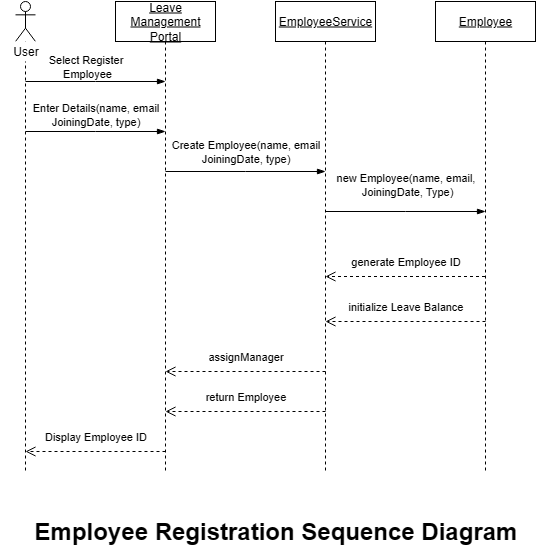
Before: UML Diagram/Employee Registration Sequence Diagram.drawio.png, a diagram exported from draw.io (neha01K/Leave_Management_System). Source tidied: cells renumbered, new cells last; positions are measured from the earlier drawing's top-left corner, leaving out a move shared by most shapes. Source of this version:
```xml
<mxGraphModel background="#FFFFFF">
  <root>
    <mxCell id="0" />
    <mxCell id="1" parent="0" />
    <mxCell id="2" value="&lt;u&gt;Leave Management Portal&lt;/u&gt;" style="shape=umlLifeline;perimeter=lifelinePerimeter;whiteSpace=wrap;html=1;newEdgeStyle={&quot;curved&quot;:0,&quot;rounded&quot;:0};" parent="1" vertex="1">
      <mxGeometry x="115" width="100" height="470" as="geometry" />
    </mxCell>
    <mxCell id="3" value="&lt;u&gt;EmployeeService&lt;/u&gt;" style="shape=umlLifeline;perimeter=lifelinePerimeter;whiteSpace=wrap;html=1;newEdgeStyle={&quot;curved&quot;:0,&quot;rounded&quot;:0};" parent="1" vertex="1">
      <mxGeometry x="275" width="100" height="470" as="geometry" />
    </mxCell>
    <mxCell id="4" value="&lt;u&gt;Employee&lt;/u&gt;" style="shape=umlLifeline;perimeter=lifelinePerimeter;whiteSpace=wrap;html=1;outlineConnect=0;portConstraint=eastwest;newEdgeStyle={&quot;curved&quot;:0,&quot;rounded&quot;:0};" parent="1" vertex="1">
      <mxGeometry x="435" width="100" height="470" as="geometry" />
    </mxCell>
    <mxCell id="5" style="shape=umlLifeline;perimeter=lifelinePerimeter;whiteSpace=wrap;html=1;newEdgeStyle={&quot;curved&quot;:0,&quot;rounded&quot;:0};participant=umlActor;size=40;" parent="1" vertex="1">
      <mxGeometry x="15" width="20" height="470" as="geometry" />
    </mxCell>
    <mxCell id="6" style="edgeStyle=elbowEdgeStyle;fontSize=12;html=1;endArrow=blockThin;endFill=1;rounded=0;" parent="1" edge="1">
      <mxGeometry relative="1" as="geometry">
        <mxPoint x="25" y="80" as="sourcePoint" />
        <mxPoint x="165" y="80" as="targetPoint" />
      </mxGeometry>
    </mxCell>
    <mxCell id="7" value="Select Register&lt;div&gt;&amp;nbsp;Employee&lt;/div&gt;" style="text;html=1;align=center;verticalAlign=middle;strokeColor=none;fillColor=none;fontSize=11;" parent="1" vertex="1">
      <mxGeometry x="35" y="45" width="100" height="40" as="geometry" />
    </mxCell>
    <mxCell id="8" style="edgeStyle=elbowEdgeStyle;fontSize=12;html=1;endArrow=blockThin;endFill=1;rounded=0;" parent="1" edge="1">
      <mxGeometry relative="1" as="geometry">
        <mxPoint x="25" y="130" as="sourcePoint" />
        <mxPoint x="165" y="130" as="targetPoint" />
      </mxGeometry>
    </mxCell>
    <mxCell id="9" value="Enter Details(name, email&lt;div&gt;JoiningDate, type)&lt;/div&gt;" style="text;html=1;align=center;verticalAlign=middle;strokeColor=none;fillColor=none;fontSize=11;" parent="1" vertex="1">
      <mxGeometry x="20" y="93" width="150" height="40" as="geometry" />
    </mxCell>
    <mxCell id="10" style="edgeStyle=elbowEdgeStyle;fontSize=12;html=1;endArrow=blockThin;endFill=1;rounded=0;" parent="1" edge="1">
      <mxGeometry relative="1" as="geometry">
        <mxPoint x="165" y="170" as="sourcePoint" />
        <mxPoint x="325" y="170" as="targetPoint" />
      </mxGeometry>
    </mxCell>
    <mxCell id="11" value="Create Employee(name, email&lt;div&gt;JoiningDate, type)&lt;/div&gt;" style="text;html=1;align=center;verticalAlign=middle;strokeColor=none;fillColor=none;fontSize=11;" parent="1" vertex="1">
      <mxGeometry x="160" y="130" width="170" height="40" as="geometry" />
    </mxCell>
    <mxCell id="12" style="edgeStyle=elbowEdgeStyle;fontSize=12;html=1;endArrow=blockThin;endFill=1;rounded=0;" parent="1" edge="1">
      <mxGeometry relative="1" as="geometry">
        <mxPoint x="325" y="210" as="sourcePoint" />
        <mxPoint x="485" y="210" as="targetPoint" />
      </mxGeometry>
    </mxCell>
    <mxCell id="13" value="new Employee(name, email,&lt;div&gt;&amp;nbsp;JoiningDate, Type)&lt;/div&gt;" style="text;html=1;align=center;verticalAlign=middle;strokeColor=none;fillColor=none;fontSize=11;" parent="1" vertex="1">
      <mxGeometry x="325" y="163" width="160" height="40" as="geometry" />
    </mxCell>
    <mxCell id="14" value="generate Employee ID" style="text;html=1;align=center;verticalAlign=middle;strokeColor=none;fillColor=none;fontSize=11;" parent="1" vertex="1">
      <mxGeometry x="340" y="245" width="130" height="30" as="geometry" />
    </mxCell>
    <mxCell id="15" style="html=1;verticalAlign=bottom;endArrow=open;dashed=1;endSize=8;curved=0;rounded=0;" parent="1" edge="1" source="4">
      <mxGeometry x="-1" y="99" relative="1" as="geometry">
        <mxPoint x="325" y="275" as="targetPoint" />
        <mxPoint x="70" y="-29" as="offset" />
      </mxGeometry>
    </mxCell>
    <mxCell id="16" style="html=1;verticalAlign=bottom;endArrow=open;dashed=1;endSize=8;curved=0;rounded=0;" parent="1" edge="1">
      <mxGeometry x="-1" y="99" relative="1" as="geometry">
        <mxPoint x="485" y="320" as="sourcePoint" />
        <mxPoint x="325" y="320" as="targetPoint" />
        <mxPoint x="70" y="-29" as="offset" />
      </mxGeometry>
    </mxCell>
    <mxCell id="17" value="initialize Leave Balance" style="text;html=1;align=center;verticalAlign=middle;strokeColor=none;fillColor=none;fontSize=11;" parent="1" vertex="1">
      <mxGeometry x="335" y="290" width="140" height="30" as="geometry" />
    </mxCell>
    <mxCell id="18" style="html=1;verticalAlign=bottom;endArrow=open;dashed=1;endSize=8;curved=0;rounded=0;" parent="1" edge="1">
      <mxGeometry x="-1" y="99" relative="1" as="geometry">
        <mxPoint x="325" y="370" as="sourcePoint" />
        <mxPoint x="165" y="370" as="targetPoint" />
        <mxPoint x="70" y="-29" as="offset" />
      </mxGeometry>
    </mxCell>
    <mxCell id="19" style="html=1;verticalAlign=bottom;endArrow=open;dashed=1;endSize=8;curved=0;rounded=0;" parent="1" edge="1">
      <mxGeometry x="-1" y="99" relative="1" as="geometry">
        <mxPoint x="325" y="410" as="sourcePoint" />
        <mxPoint x="165" y="410" as="targetPoint" />
        <mxPoint x="70" y="-29" as="offset" />
      </mxGeometry>
    </mxCell>
    <mxCell id="20" style="html=1;verticalAlign=bottom;endArrow=open;dashed=1;endSize=8;curved=0;rounded=0;" parent="1" edge="1">
      <mxGeometry x="-1" y="99" relative="1" as="geometry">
        <mxPoint x="165" y="450" as="sourcePoint" />
        <mxPoint x="25" y="450" as="targetPoint" />
        <mxPoint x="70" y="-29" as="offset" />
      </mxGeometry>
    </mxCell>
    <mxCell id="21" value="assignManager" style="text;html=1;align=center;verticalAlign=middle;strokeColor=none;fillColor=none;fontSize=11;" parent="1" vertex="1">
      <mxGeometry x="195" y="340" width="100" height="30" as="geometry" />
    </mxCell>
    <mxCell id="22" value="return Employee&lt;span style=&quot;color: rgba(0, 0, 0, 0); font-family: monospace; font-size: 0px; text-align: start;&quot;&gt;%3CmxGraphModel%3E%3Croot%3E%3CmxCell%20id%3D%220%22%2F%3E%3CmxCell%20id%3D%221%22%20parent%3D%220%22%2F%3E%3CmxCell%20id%3D%222%22%20value%3D%22assignManager%22%20style%3D%22text%3Bhtml%3D1%3Balign%3Dcenter%3BverticalAlign%3Dmiddle%3Bresizable%3D0%3Bpoints%3D%5B%5D%3Bautosize%3D1%3BstrokeColor%3Dnone%3BfillColor%3Dnone%3BfontSize%3D11%3B%22%20vertex%3D%221%22%20parent%3D%221%22%3E%3CmxGeometry%20x%3D%22310%22%20y%3D%22370%22%20width%3D%22100%22%20height%3D%2230%22%20as%3D%22geometry%22%2F%3E%3C%2FmxCell%3E%3C%2Froot%3E%3C%2FmxGraphModel%3E&lt;/span&gt;" style="text;html=1;align=center;verticalAlign=middle;strokeColor=none;fillColor=none;fontSize=11;" parent="1" vertex="1">
      <mxGeometry x="195" y="380" width="100" height="30" as="geometry" />
    </mxCell>
    <mxCell id="23" value="Display Employee ID" style="text;html=1;align=center;verticalAlign=middle;strokeColor=none;fillColor=none;fontSize=11;" parent="1" vertex="1">
      <mxGeometry x="30" y="420" width="130" height="30" as="geometry" />
    </mxCell>
    <mxCell id="24" style="rounded=0;whiteSpace=wrap;html=1;strokeColor=none;" parent="1" vertex="1">
      <mxGeometry x="5" y="40" width="40" height="20" as="geometry" />
    </mxCell>
    <mxCell id="25" value="User" style="text;html=1;align=center;verticalAlign=middle;strokeColor=none;fillColor=none;" parent="1" vertex="1">
      <mxGeometry y="35" width="50" height="30" as="geometry" />
    </mxCell>
    <mxCell id="26" value="&lt;font style=&quot;font-size: 24px;&quot;&gt;&lt;b&gt;Employee Registration Sequence Diagram&lt;/b&gt;&lt;/font&gt;" style="text;html=1;align=center;verticalAlign=middle;strokeColor=none;fillColor=none;" parent="1" vertex="1">
      <mxGeometry x="20" y="510" width="510" height="40" as="geometry" />
    </mxCell>
  </root>
</mxGraphModel>
```
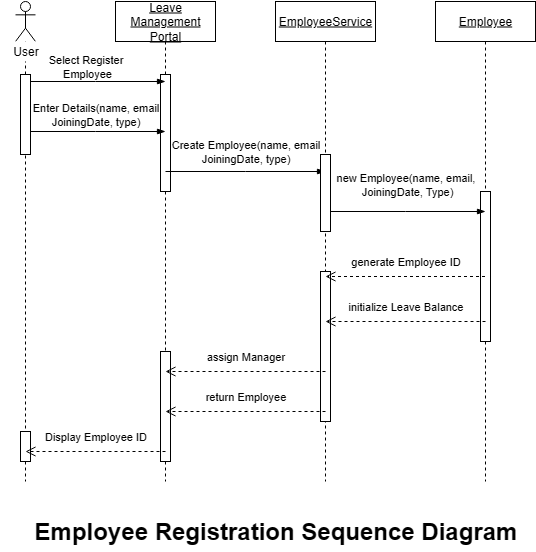
The same diagram one commit later.

The edit, as a diff of the source:
```diff
@@ -3,17 +3,32 @@
     <mxCell id="0" />
     <mxCell id="1" parent="0" />
     <mxCell id="2" value="&lt;u&gt;Leave Management Portal&lt;/u&gt;" style="shape=umlLifeline;perimeter=lifelinePerimeter;whiteSpace=wrap;html=1;newEdgeStyle={&quot;curved&quot;:0,&quot;rounded&quot;:0};" parent="1" vertex="1">
-      <mxGeometry x="115" width="100" height="470" as="geometry" />
+      <mxGeometry x="115" width="100" height="480" as="geometry" />
     </mxCell>
+    <mxCell id="27" style="html=1;perimeter=orthogonalPerimeter;targetShapes=umlLifeline;newEdgeStyle={&quot;curved&quot;:0,&quot;rounded&quot;:0};" parent="2" vertex="1">
+      <mxGeometry x="45" y="73" width="10" height="117" as="geometry" />
+    </mxCell>
+    <mxCell id="28" style="html=1;perimeter=orthogonalPerimeter;targetShapes=umlLifeline;newEdgeStyle={&quot;curved&quot;:0,&quot;rounded&quot;:0};" parent="2" vertex="1">
+      <mxGeometry x="45" y="350" width="10" height="110" as="geometry" />
+    </mxCell>
     <mxCell id="3" value="&lt;u&gt;EmployeeService&lt;/u&gt;" style="shape=umlLifeline;perimeter=lifelinePerimeter;whiteSpace=wrap;html=1;newEdgeStyle={&quot;curved&quot;:0,&quot;rounded&quot;:0};" parent="1" vertex="1">
-      <mxGeometry x="275" width="100" height="470" as="geometry" />
+      <mxGeometry x="275" width="100" height="480" as="geometry" />
     </mxCell>
+    <mxCell id="29" style="html=1;perimeter=orthogonalPerimeter;targetShapes=umlLifeline;newEdgeStyle={&quot;curved&quot;:0,&quot;rounded&quot;:0};" parent="3" vertex="1">
+      <mxGeometry x="45" y="270" width="10" height="150" as="geometry" />
+    </mxCell>
     <mxCell id="4" value="&lt;u&gt;Employee&lt;/u&gt;" style="shape=umlLifeline;perimeter=lifelinePerimeter;whiteSpace=wrap;html=1;outlineConnect=0;portConstraint=eastwest;newEdgeStyle={&quot;curved&quot;:0,&quot;rounded&quot;:0};" parent="1" vertex="1">
-      <mxGeometry x="435" width="100" height="470" as="geometry" />
+      <mxGeometry x="435" width="100" height="480" as="geometry" />
     </mxCell>
+    <mxCell id="30" style="html=1;perimeter=orthogonalPerimeter;targetShapes=umlLifeline;newEdgeStyle={&quot;curved&quot;:0,&quot;rounded&quot;:0};" parent="4" vertex="1">
+      <mxGeometry x="45" y="190" width="10" height="150" as="geometry" />
+    </mxCell>
     <mxCell id="5" style="shape=umlLifeline;perimeter=lifelinePerimeter;whiteSpace=wrap;html=1;newEdgeStyle={&quot;curved&quot;:0,&quot;rounded&quot;:0};participant=umlActor;size=40;" parent="1" vertex="1">
-      <mxGeometry x="15" width="20" height="470" as="geometry" />
+      <mxGeometry x="15" width="20" height="480" as="geometry" />
     </mxCell>
+    <mxCell id="31" style="html=1;perimeter=orthogonalPerimeter;targetShapes=umlLifeline;newEdgeStyle={&quot;curved&quot;:0,&quot;rounded&quot;:0};" parent="5" vertex="1">
+      <mxGeometry x="5" y="430" width="10" height="30" as="geometry" />
+    </mxCell>
     <mxCell id="6" style="edgeStyle=elbowEdgeStyle;fontSize=12;html=1;endArrow=blockThin;endFill=1;rounded=0;" parent="1" edge="1">
       <mxGeometry relative="1" as="geometry">
         <mxPoint x="25" y="80" as="sourcePoint" />
@@ -90,7 +105,7 @@
         <mxPoint x="70" y="-29" as="offset" />
       </mxGeometry>
     </mxCell>
-    <mxCell id="21" value="assignManager" style="text;html=1;align=center;verticalAlign=middle;strokeColor=none;fillColor=none;fontSize=11;" parent="1" vertex="1">
+    <mxCell id="21" value="assign Manager" style="text;html=1;align=center;verticalAlign=middle;strokeColor=none;fillColor=none;fontSize=11;" parent="1" vertex="1">
       <mxGeometry x="195" y="340" width="100" height="30" as="geometry" />
     </mxCell>
     <mxCell id="22" value="return Employee&lt;span style=&quot;color: rgba(0, 0, 0, 0); font-family: monospace; font-size: 0px; text-align: start;&quot;&gt;%3CmxGraphModel%3E%3Croot%3E%3CmxCell%20id%3D%220%22%2F%3E%3CmxCell%20id%3D%221%22%20parent%3D%220%22%2F%3E%3CmxCell%20id%3D%222%22%20value%3D%22assignManager%22%20style%3D%22text%3Bhtml%3D1%3Balign%3Dcenter%3BverticalAlign%3Dmiddle%3Bresizable%3D0%3Bpoints%3D%5B%5D%3Bautosize%3D1%3BstrokeColor%3Dnone%3BfillColor%3Dnone%3BfontSize%3D11%3B%22%20vertex%3D%221%22%20parent%3D%221%22%3E%3CmxGeometry%20x%3D%22310%22%20y%3D%22370%22%20width%3D%22100%22%20height%3D%2230%22%20as%3D%22geometry%22%2F%3E%3C%2FmxCell%3E%3C%2Froot%3E%3C%2FmxGraphModel%3E&lt;/span&gt;" style="text;html=1;align=center;verticalAlign=middle;strokeColor=none;fillColor=none;fontSize=11;" parent="1" vertex="1">
@@ -108,5 +123,11 @@
     <mxCell id="26" value="&lt;font style=&quot;font-size: 24px;&quot;&gt;&lt;b&gt;Employee Registration Sequence Diagram&lt;/b&gt;&lt;/font&gt;" style="text;html=1;align=center;verticalAlign=middle;strokeColor=none;fillColor=none;" parent="1" vertex="1">
       <mxGeometry x="20" y="510" width="510" height="40" as="geometry" />
     </mxCell>
+    <mxCell id="32" style="html=1;perimeter=orthogonalPerimeter;targetShapes=umlLifeline;newEdgeStyle={&quot;curved&quot;:0,&quot;rounded&quot;:0};" parent="1" vertex="1">
+      <mxGeometry x="20" y="73" width="10" height="80" as="geometry" />
+    </mxCell>
+    <mxCell id="33" style="html=1;perimeter=orthogonalPerimeter;targetShapes=umlLifeline;newEdgeStyle={&quot;curved&quot;:0,&quot;rounded&quot;:0};" parent="1" vertex="1">
+      <mxGeometry x="320" y="153" width="10" height="77" as="geometry" />
+    </mxCell>
   </root>
 </mxGraphModel>
```
